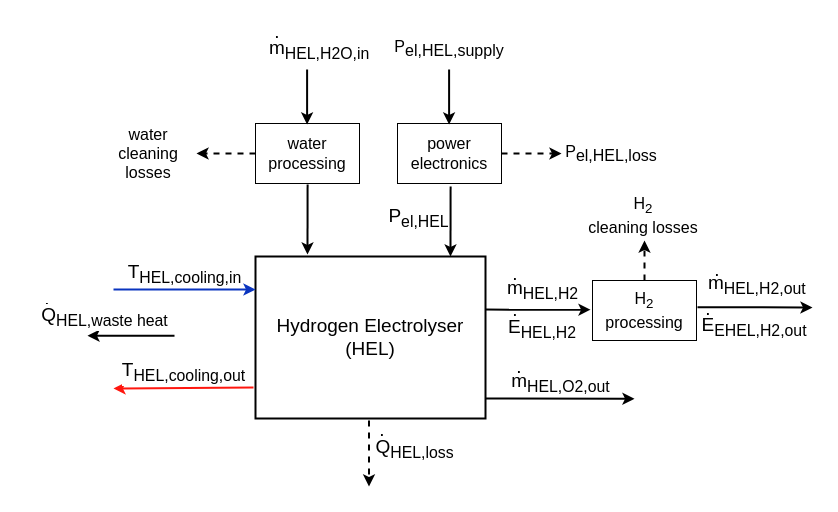
QuaSi-Software/Documentation keeps this draw.io diagram as docs/fig/source_files/221013_Elektrolyser.drawio. Above is the earlier version. Source tidied: cells renumbered, new cells numbered last; positions are measured from the earlier drawing's top-left corner, leaving out a move shared by most shapes. Both pictures are drawn from the tidied source at 100%, with x=0, y=0 at pixel (17, 17).
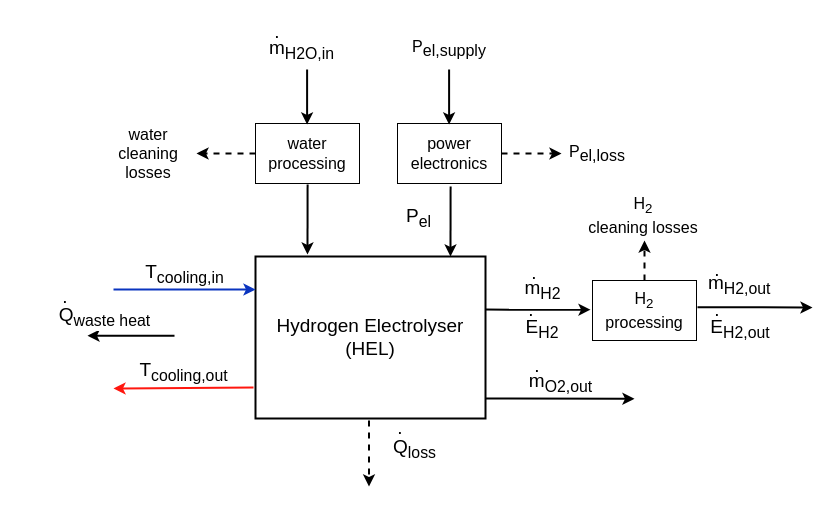
The same page after the edit.

Unchanged cells that the change refers to:
```xml
<mxCell id="2" style="endArrow=classic;html=1;rounded=0;fontSize=19;strokeWidth=2;dashed=1;" parent="1" edge="1">
  <mxGeometry relative="1" as="geometry">
    <mxPoint x="351.5" y="379" as="sourcePoint" />
    <mxPoint x="351.5" y="469" as="targetPoint" />
  </mxGeometry>
</mxCell>
<mxCell id="5" style="endArrow=classic;html=1;rounded=0;fontSize=19;entryX=-0.009;entryY=0.171;entryDx=0;entryDy=0;entryPerimeter=0;strokeWidth=2;" parent="1" edge="1">
  <mxGeometry relative="1" as="geometry">
    <mxPoint x="433.1" y="169" as="sourcePoint" />
    <mxPoint x="433" y="239" as="targetPoint" />
  </mxGeometry>
</mxCell>
<mxCell id="7" style="endArrow=classic;html=1;rounded=0;fontSize=19;strokeWidth=2;" parent="1" edge="1">
  <mxGeometry relative="1" as="geometry">
    <mxPoint x="468" y="380.9" as="sourcePoint" />
    <mxPoint x="617" y="381.3" as="targetPoint" />
  </mxGeometry>
</mxCell>
<mxCell id="13" style="endArrow=classic;html=1;rounded=0;fontSize=19;entryX=-0.009;entryY=0.171;entryDx=0;entryDy=0;entryPerimeter=0;fillColor=#dae8fc;strokeColor=#0A34BF;strokeWidth=2;" parent="1" edge="1">
  <mxGeometry relative="1" as="geometry">
    <mxPoint x="96" y="272" as="sourcePoint" />
    <mxPoint x="238" y="272" as="targetPoint" />
  </mxGeometry>
</mxCell>
<mxCell id="15" style="endArrow=classic;html=1;rounded=0;fontSize=19;strokeColor=#FF170F;strokeWidth=2;" parent="1" edge="1">
  <mxGeometry relative="1" as="geometry">
    <mxPoint x="236" y="370" as="sourcePoint" />
    <mxPoint x="96" y="371" as="targetPoint" />
  </mxGeometry>
</mxCell>
<mxCell id="37" style="endArrow=classic;html=1;rounded=0;fontSize=19;strokeWidth=2;entryX=-0.019;entryY=0.487;entryDx=0;entryDy=0;entryPerimeter=0;" parent="1" edge="1" target="30">
  <mxGeometry relative="1" as="geometry">
    <mxPoint x="468" y="292.1" as="sourcePoint" />
  </mxGeometry>
</mxCell>
```

What changed in the source:
```diff
@@
-    <mxCell id="3" value="Q&lt;sub&gt;HEL,loss&lt;/sub&gt;" style="edgeLabel;html=1;align=center;verticalAlign=middle;fontSize=19;" parent="2" vertex="1">
+    <mxCell id="3" value="Q&lt;sub&gt;loss&lt;/sub&gt;" style="edgeLabel;html=1;align=center;verticalAlign=middle;fontSize=19;" parent="2" vertex="1">
       <mxGeometry x="-0.45" y="-1" relative="1" as="geometry">
         <mxPoint x="46" y="27" as="offset" />
       </mxGeometry>
     </mxCell>
@@
-    <mxCell id="6" value="P&lt;sub&gt;el,HEL&lt;/sub&gt;" style="edgeLabel;html=1;align=center;verticalAlign=middle;fontSize=19;" parent="5" vertex="1">
+    <mxCell id="6" value="P&lt;sub&gt;el&lt;/sub&gt;" style="edgeLabel;html=1;align=center;verticalAlign=middle;fontSize=19;" parent="5" vertex="1">
       <mxGeometry x="-0.45" y="-1" relative="1" as="geometry">
         <mxPoint x="-32" y="13" as="offset" />
       </mxGeometry>
     </mxCell>
@@
-    <mxCell id="8" value="m&lt;sub&gt;HEL,O2,out&lt;/sub&gt;" style="edgeLabel;html=1;align=center;verticalAlign=middle;fontSize=19;" parent="7" vertex="1">
+    <mxCell id="8" value="m&lt;sub&gt;O2,out&lt;/sub&gt;" style="edgeLabel;html=1;align=center;verticalAlign=middle;fontSize=19;" parent="7" vertex="1">
       <mxGeometry x="-0.45" y="-1" relative="1" as="geometry">
         <mxPoint x="34" y="-17" as="offset" />
       </mxGeometry>
     </mxCell>
-    <mxCell id="9" value="E&lt;sub&gt;HEL,H2&lt;/sub&gt;" style="text;html=1;strokeColor=none;fillColor=none;align=center;verticalAlign=middle;whiteSpace=wrap;rounded=0;fontSize=19;" parent="1" vertex="1">
+    <mxCell id="9" value="E&lt;sub&gt;H2&lt;/sub&gt;" style="text;html=1;strokeColor=none;fillColor=none;align=center;verticalAlign=middle;whiteSpace=wrap;rounded=0;fontSize=19;" parent="1" vertex="1">
       <mxGeometry x="495" y="297" width="60" height="30" as="geometry" />
     </mxCell>
     <mxCell id="10" value=".&lt;br&gt;" style="text;html=1;strokeColor=none;fillColor=none;align=center;verticalAlign=middle;whiteSpace=wrap;rounded=0;fontSize=19;" parent="1" vertex="1">
-      <mxGeometry y="267.2" width="60" height="30" as="geometry" />
+      <mxGeometry x="18" y="265" width="60" height="30" as="geometry" />
     </mxCell>
-    <mxCell id="11" value="Q&lt;sub&gt;HEL,waste heat&lt;/sub&gt;" style="endArrow=classic;html=1;rounded=0;strokeColor=#000000;fontSize=19;strokeWidth=2;" parent="1" edge="1">
+    <mxCell id="11" value="Q&lt;sub&gt;waste heat&lt;/sub&gt;" style="endArrow=classic;html=1;rounded=0;strokeColor=#000000;fontSize=19;strokeWidth=2;" parent="1" edge="1">
       <mxGeometry x="0.62" y="-18" relative="1" as="geometry">
         <mxPoint x="157" y="318.2" as="sourcePoint" />
         <mxPoint x="70" y="318.2" as="targetPoint" />
       </mxGeometry>
     </mxCell>
     <mxCell id="12" value=".&lt;br&gt;" style="text;html=1;strokeColor=none;fillColor=none;align=center;verticalAlign=middle;whiteSpace=wrap;rounded=0;fontSize=19;" parent="1" vertex="1">
-      <mxGeometry x="472" y="335" width="60" height="30" as="geometry" />
+      <mxGeometry x="490" y="325" width="60" height="47" as="geometry" />
     </mxCell>
@@
-    <mxCell id="14" value="T&lt;sub&gt;HEL,cooling,in&lt;/sub&gt;" style="edgeLabel;html=1;align=center;verticalAlign=middle;fontSize=19;" parent="13" vertex="1">
+    <mxCell id="14" value="T&lt;sub&gt;cooling,in&lt;/sub&gt;" style="edgeLabel;html=1;align=center;verticalAlign=middle;fontSize=19;" parent="13" vertex="1">
       <mxGeometry x="-0.45" y="-1" relative="1" as="geometry">
         <mxPoint x="31" y="-17" as="offset" />
       </mxGeometry>
     </mxCell>
@@
-    <mxCell id="16" value="T&lt;sub&gt;HEL,cooling,out&lt;/sub&gt;" style="edgeLabel;html=1;align=center;verticalAlign=middle;fontSize=19;" parent="15" vertex="1">
+    <mxCell id="16" value="T&lt;sub&gt;cooling,out&lt;/sub&gt;" style="edgeLabel;html=1;align=center;verticalAlign=middle;fontSize=19;" parent="15" vertex="1">
       <mxGeometry x="-0.45" y="-1" relative="1" as="geometry">
         <mxPoint x="-31" y="-15" as="offset" />
       </mxGeometry>
     </mxCell>
@@
-    <mxCell id="19" value="&lt;span style=&quot;font-size: 16px;&quot;&gt;P&lt;sub style=&quot;font-size: 16px;&quot;&gt;el,HEL,supply&lt;/sub&gt;&lt;/span&gt;" style="text;html=1;strokeColor=none;fillColor=none;align=center;verticalAlign=middle;whiteSpace=wrap;rounded=0;fontSize=16;" parent="1" vertex="1">
+    <mxCell id="19" value="&lt;span style=&quot;font-size: 16px;&quot;&gt;P&lt;sub style=&quot;font-size: 16px;&quot;&gt;el,supply&lt;/sub&gt;&lt;/span&gt;" style="text;html=1;strokeColor=none;fillColor=none;align=center;verticalAlign=middle;whiteSpace=wrap;rounded=0;fontSize=16;" parent="1" vertex="1">
       <mxGeometry x="402" y="16" width="60" height="30" as="geometry" />
     </mxCell>
@@
-    <mxCell id="21" value="&lt;span style=&quot;font-size: 16px;&quot;&gt;P&lt;sub style=&quot;font-size: 16px;&quot;&gt;el,HEL,loss&lt;/sub&gt;&lt;/span&gt;" style="text;html=1;strokeColor=none;fillColor=none;align=center;verticalAlign=middle;whiteSpace=wrap;rounded=0;fontSize=16;" parent="1" vertex="1">
-      <mxGeometry x="564" y="121" width="60" height="30" as="geometry" />
+    <mxCell id="21" value="&lt;span style=&quot;font-size: 16px;&quot;&gt;P&lt;sub style=&quot;font-size: 16px;&quot;&gt;el,loss&lt;/sub&gt;&lt;/span&gt;" style="text;html=1;strokeColor=none;fillColor=none;align=center;verticalAlign=middle;whiteSpace=wrap;rounded=0;fontSize=16;" parent="1" vertex="1">
+      <mxGeometry x="550" y="121" width="60" height="30" as="geometry" />
     </mxCell>
     <mxCell id="22" value=".&lt;br&gt;" style="text;html=1;strokeColor=none;fillColor=none;align=center;verticalAlign=middle;whiteSpace=wrap;rounded=0;fontSize=19;" parent="1" vertex="1">
-      <mxGeometry x="335" y="398" width="60" height="30" as="geometry" />
+      <mxGeometry x="353" y="368" width="60" height="86" as="geometry" />
     </mxCell>
-    <mxCell id="23" value="&lt;font style=&quot;font-size: 19px;&quot;&gt;&lt;span style=&quot;color: rgb(0, 0, 0); font-family: Helvetica; font-style: normal; font-variant-ligatures: normal; font-variant-caps: normal; font-weight: 400; letter-spacing: normal; orphans: 2; text-align: center; text-indent: 0px; text-transform: none; widows: 2; word-spacing: 0px; -webkit-text-stroke-width: 0px; background-color: rgb(255, 255, 255); text-decoration-thickness: initial; text-decoration-style: initial; text-decoration-color: initial; float: none; display: inline !important;&quot;&gt;m&lt;/span&gt;&lt;sub style=&quot;color: rgb(0, 0, 0); font-family: Helvetica; font-style: normal; font-variant-ligatures: normal; font-variant-caps: normal; font-weight: 400; letter-spacing: normal; orphans: 2; text-align: center; text-indent: 0px; text-transform: none; widows: 2; word-spacing: 0px; -webkit-text-stroke-width: 0px; text-decoration-thickness: initial; text-decoration-style: initial; text-decoration-color: initial;&quot;&gt;HEL,H2O,in&lt;/sub&gt;&lt;/font&gt;" style="text;whiteSpace=wrap;html=1;fontSize=19;" parent="1" vertex="1">
+    <mxCell id="23" value="&lt;font style=&quot;font-size: 19px;&quot;&gt;&lt;span style=&quot;color: rgb(0, 0, 0); font-family: Helvetica; font-style: normal; font-variant-ligatures: normal; font-variant-caps: normal; font-weight: 400; letter-spacing: normal; orphans: 2; text-align: center; text-indent: 0px; text-transform: none; widows: 2; word-spacing: 0px; -webkit-text-stroke-width: 0px; background-color: rgb(255, 255, 255); text-decoration-thickness: initial; text-decoration-style: initial; text-decoration-color: initial; float: none; display: inline !important;&quot;&gt;m&lt;/span&gt;&lt;sub style=&quot;color: rgb(0, 0, 0); font-family: Helvetica; font-style: normal; font-variant-ligatures: normal; font-variant-caps: normal; font-weight: 400; letter-spacing: normal; orphans: 2; text-align: center; text-indent: 0px; text-transform: none; widows: 2; word-spacing: 0px; -webkit-text-stroke-width: 0px; text-decoration-thickness: initial; text-decoration-style: initial; text-decoration-color: initial;&quot;&gt;H2O,in&lt;/sub&gt;&lt;/font&gt;" style="text;whiteSpace=wrap;html=1;fontSize=19;" parent="1" vertex="1">
       <mxGeometry x="250" y="13" width="90" height="50" as="geometry" />
     </mxCell>
@@
-    <mxCell id="29" value="&lt;font style=&quot;font-size: 19px;&quot;&gt;&lt;span style=&quot;color: rgb(0, 0, 0); font-family: Helvetica; font-style: normal; font-variant-ligatures: normal; font-variant-caps: normal; font-weight: 400; letter-spacing: normal; orphans: 2; text-align: center; text-indent: 0px; text-transform: none; widows: 2; word-spacing: 0px; -webkit-text-stroke-width: 0px; background-color: rgb(255, 255, 255); text-decoration-thickness: initial; text-decoration-style: initial; text-decoration-color: initial; float: none; display: inline !important;&quot;&gt;m&lt;/span&gt;&lt;sub style=&quot;color: rgb(0, 0, 0); font-family: Helvetica; font-style: normal; font-variant-ligatures: normal; font-variant-caps: normal; font-weight: 400; letter-spacing: normal; orphans: 2; text-align: center; text-indent: 0px; text-transform: none; widows: 2; word-spacing: 0px; -webkit-text-stroke-width: 0px; text-decoration-thickness: initial; text-decoration-style: initial; text-decoration-color: initial;&quot;&gt;HEL,H2,out&lt;/sub&gt;&lt;/font&gt;" style="text;whiteSpace=wrap;html=1;fontSize=19;verticalAlign=middle;" parent="1" vertex="1">
+    <mxCell id="29" value="&lt;font style=&quot;font-size: 19px;&quot;&gt;&lt;span style=&quot;color: rgb(0, 0, 0); font-family: Helvetica; font-style: normal; font-variant-ligatures: normal; font-variant-caps: normal; font-weight: 400; letter-spacing: normal; orphans: 2; text-align: center; text-indent: 0px; text-transform: none; widows: 2; word-spacing: 0px; -webkit-text-stroke-width: 0px; background-color: rgb(255, 255, 255); text-decoration-thickness: initial; text-decoration-style: initial; text-decoration-color: initial; float: none; display: inline !important;&quot;&gt;m&lt;/span&gt;&lt;sub style=&quot;color: rgb(0, 0, 0); font-family: Helvetica; font-style: normal; font-variant-ligatures: normal; font-variant-caps: normal; font-weight: 400; letter-spacing: normal; orphans: 2; text-align: center; text-indent: 0px; text-transform: none; widows: 2; word-spacing: 0px; -webkit-text-stroke-width: 0px; text-decoration-thickness: initial; text-decoration-style: initial; text-decoration-color: initial;&quot;&gt;H2,out&lt;/sub&gt;&lt;/font&gt;" style="text;whiteSpace=wrap;html=1;fontSize=19;verticalAlign=middle;" parent="1" vertex="1">
       <mxGeometry x="689" y="243" width="95" height="50" as="geometry" />
     </mxCell>
@@
-    <mxCell id="31" value="&lt;font style=&quot;font-size: 19px;&quot;&gt;E&lt;sub&gt;EHEL,H2,out&lt;/sub&gt;&lt;/font&gt;" style="text;html=1;strokeColor=none;fillColor=none;align=center;verticalAlign=middle;whiteSpace=wrap;rounded=0;fontSize=19;" parent="1" vertex="1">
-      <mxGeometry x="706.5" y="295" width="60" height="30" as="geometry" />
+    <mxCell id="31" value="&lt;font style=&quot;font-size: 19px;&quot;&gt;E&lt;sub&gt;H2,out&lt;/sub&gt;&lt;/font&gt;" style="text;html=1;strokeColor=none;fillColor=none;align=center;verticalAlign=middle;whiteSpace=wrap;rounded=0;fontSize=19;" parent="1" vertex="1">
+      <mxGeometry x="693" y="297" width="60" height="30" as="geometry" />
     </mxCell>
     <mxCell id="32" value=".&lt;br&gt;" style="text;html=1;strokeColor=none;fillColor=none;align=center;verticalAlign=middle;whiteSpace=wrap;rounded=0;fontSize=19;" parent="1" vertex="1">
-      <mxGeometry x="468" y="278" width="60" height="30" as="geometry" />
+      <mxGeometry x="484" y="278" width="60" height="30" as="geometry" />
     </mxCell>
@@
     <mxCell id="34" value=".&lt;br&gt;" style="text;html=1;strokeColor=none;fillColor=none;align=center;verticalAlign=middle;whiteSpace=wrap;rounded=0;fontSize=19;" parent="1" vertex="1">
-      <mxGeometry x="661" y="277" width="60" height="30" as="geometry" />
+      <mxGeometry x="670" y="278" width="60" height="30" as="geometry" />
     </mxCell>
@@
-    <mxCell id="38" value="m&lt;sub&gt;HEL,H2&lt;/sub&gt;" style="edgeLabel;html=1;align=center;verticalAlign=middle;fontSize=19;" parent="37" vertex="1">
+    <mxCell id="38" value="m&lt;sub&gt;H2&lt;/sub&gt;" style="edgeLabel;html=1;align=center;verticalAlign=middle;fontSize=19;" parent="37" vertex="1">
       <mxGeometry x="-0.45" y="-1" relative="1" as="geometry">
         <mxPoint x="28" y="-21" as="offset" />
       </mxGeometry>
     </mxCell>
     <mxCell id="39" value=".&lt;br&gt;" style="text;html=1;strokeColor=none;fillColor=none;align=center;verticalAlign=middle;whiteSpace=wrap;rounded=0;fontSize=19;" parent="1" vertex="1">
-      <mxGeometry x="468" y="242" width="60" height="30" as="geometry" />
+      <mxGeometry x="487" y="241" width="60" height="30" as="geometry" />
     </mxCell>
```
